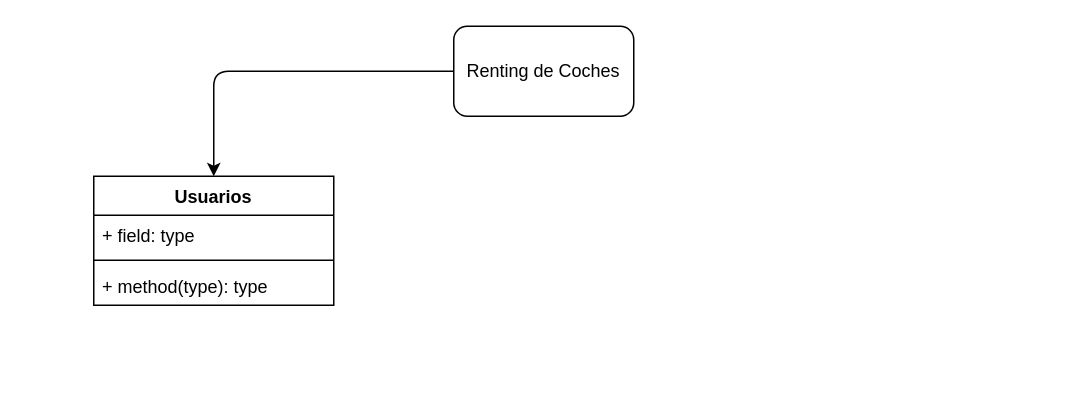
Before: UML.drawio in AngelSalgado555/POO_AngelS, a draw.io diagram. Source tidied: cells renumbered, new cells numbered last; positions are measured from the earlier drawing's top-left corner, leaving out a move shared by most shapes. Both pictures are drawn from the tidied source at 150%, with x=0, y=0 at pixel (93, 26).
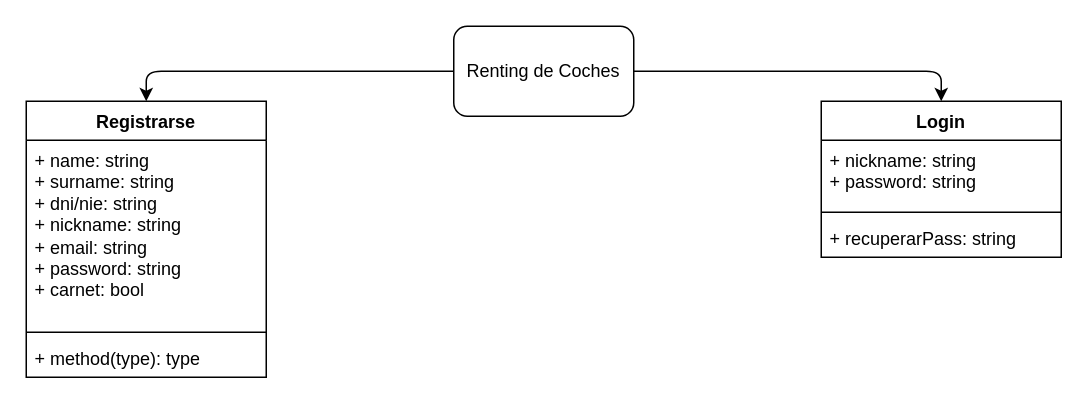
The same page after the edit.

Commit message:
Aun no tengo claro que puede llevar cada cosa 12/11/2025

Diff of the diagram source:
```diff
@@
 <mxGraphModel>
   <root>
     <mxCell id="0" />
     <mxCell id="1" parent="0" />
-    <mxCell id="2" value="Usuarios" style="swimlane;fontStyle=1;align=center;verticalAlign=top;horizontal=1;startSize=26;whiteSpace=wrap;html=1;" parent="1" vertex="1">
-      <mxGeometry y="100" width="160" height="86" as="geometry" />
-    </mxCell>
-    <mxCell id="3" value="+ field: type" style="text;strokeColor=none;fillColor=none;align=left;verticalAlign=top;spacingLeft=4;spacingRight=4;overflow=hidden;whiteSpace=wrap;html=1;" parent="2" vertex="1">
-      <mxGeometry y="26" width="160" height="26" as="geometry" />
-    </mxCell>
-    <mxCell id="4" style="line;strokeWidth=1;fillColor=none;align=left;verticalAlign=middle;spacingTop=-1;spacingLeft=3;spacingRight=3;labelPosition=right;strokeColor=inherit;" parent="2" vertex="1">
-      <mxGeometry y="52" width="160" height="8" as="geometry" />
-    </mxCell>
+    <mxCell id="8" style="edgeStyle=none;html=1;entryX=0.5;entryY=0;entryDx=0;entryDy=0;" parent="1" edge="1" source="7" target="10">
+      <mxGeometry relative="1" as="geometry">
+        <Array as="points">
+          <mxPoint x="35" y="30" />
+        </Array>
+      </mxGeometry>
+    </mxCell>
+    <mxCell id="9" style="edgeStyle=none;html=1;entryX=0.5;entryY=0;entryDx=0;entryDy=0;" parent="1" edge="1" source="7" target="13">
+      <mxGeometry relative="1" as="geometry">
+        <Array as="points">
+          <mxPoint x="565" y="30" />
+        </Array>
+      </mxGeometry>
+    </mxCell>
+    <mxCell id="7" value="Renting de Coches" style="rounded=1;whiteSpace=wrap;html=1;" parent="1" vertex="1">
+      <mxGeometry x="240" width="120" height="60" as="geometry" />
+    </mxCell>
+    <mxCell id="10" value="Registrarse" style="swimlane;fontStyle=1;align=center;verticalAlign=top;horizontal=1;startSize=26;whiteSpace=wrap;html=1;" parent="1" vertex="1">
+      <mxGeometry x="-45" y="50" width="160" height="184" as="geometry" />
+    </mxCell>
+    <mxCell id="11" value="&lt;div&gt;+ name: string&lt;/div&gt;&lt;div&gt;+ surname: string&lt;/div&gt;&lt;div&gt;+ dni/nie: string&lt;/div&gt;&lt;div&gt;+ nickname: string&lt;/div&gt;+ email: string&lt;div&gt;+ password: string&lt;/div&gt;&lt;div&gt;+ carnet: bool&lt;/div&gt;" style="text;strokeColor=none;fillColor=none;align=left;verticalAlign=top;spacingLeft=4;spacingRight=4;overflow=hidden;whiteSpace=wrap;html=1;" parent="10" vertex="1">
+      <mxGeometry y="26" width="160" height="124" as="geometry" />
+    </mxCell>
+    <mxCell id="12" style="line;strokeWidth=1;fillColor=none;align=left;verticalAlign=middle;spacingTop=-1;spacingLeft=3;spacingRight=3;labelPosition=right;strokeColor=inherit;" parent="10" vertex="1">
+      <mxGeometry y="150" width="160" height="8" as="geometry" />
+    </mxCell>
-    <mxCell id="5" value="+ method(type): type" style="text;strokeColor=none;fillColor=none;align=left;verticalAlign=top;spacingLeft=4;spacingRight=4;overflow=hidden;whiteSpace=wrap;html=1;" parent="2" vertex="1">
-      <mxGeometry y="60" width="160" height="26" as="geometry" />
+    <mxCell id="5" value="+ method(type): type" style="text;strokeColor=none;fillColor=none;align=left;verticalAlign=top;spacingLeft=4;spacingRight=4;overflow=hidden;whiteSpace=wrap;html=1;" parent="10" vertex="1">
+      <mxGeometry y="158" width="160" height="26" as="geometry" />
     </mxCell>
-    <mxCell id="6" style="edgeStyle=none;html=1;entryX=0.5;entryY=0;entryDx=0;entryDy=0;" parent="1" edge="1" source="7" target="2">
-      <mxGeometry relative="1" as="geometry">
-        <Array as="points">
-          <mxPoint x="80" y="30" />
-        </Array>
-      </mxGeometry>
-    </mxCell>
-    <mxCell id="7" value="Renting de Coches" style="rounded=1;whiteSpace=wrap;html=1;" parent="1" vertex="1">
-      <mxGeometry x="240" width="120" height="60" as="geometry" />
-    </mxCell>
+    <mxCell id="13" value="Login" style="swimlane;fontStyle=1;align=center;verticalAlign=top;horizontal=1;startSize=26;whiteSpace=wrap;html=1;" parent="1" vertex="1">
+      <mxGeometry x="485" y="50" width="160" height="104" as="geometry" />
+    </mxCell>
+    <mxCell id="14" value="+ nickname: string&lt;div&gt;+ password: string&lt;/div&gt;" style="text;strokeColor=none;fillColor=none;align=left;verticalAlign=top;spacingLeft=4;spacingRight=4;overflow=hidden;whiteSpace=wrap;html=1;" parent="13" vertex="1">
+      <mxGeometry y="26" width="160" height="44" as="geometry" />
+    </mxCell>
+    <mxCell id="15" style="line;strokeWidth=1;fillColor=none;align=left;verticalAlign=middle;spacingTop=-1;spacingLeft=3;spacingRight=3;labelPosition=right;strokeColor=inherit;" parent="13" vertex="1">
+      <mxGeometry y="70" width="160" height="8" as="geometry" />
+    </mxCell>
+    <mxCell id="16" value="+ recuperarPass: string" style="text;strokeColor=none;fillColor=none;align=left;verticalAlign=top;spacingLeft=4;spacingRight=4;overflow=hidden;whiteSpace=wrap;html=1;" parent="13" vertex="1">
+      <mxGeometry y="78" width="160" height="26" as="geometry" />
+    </mxCell>
   </root>
 </mxGraphModel>
```
